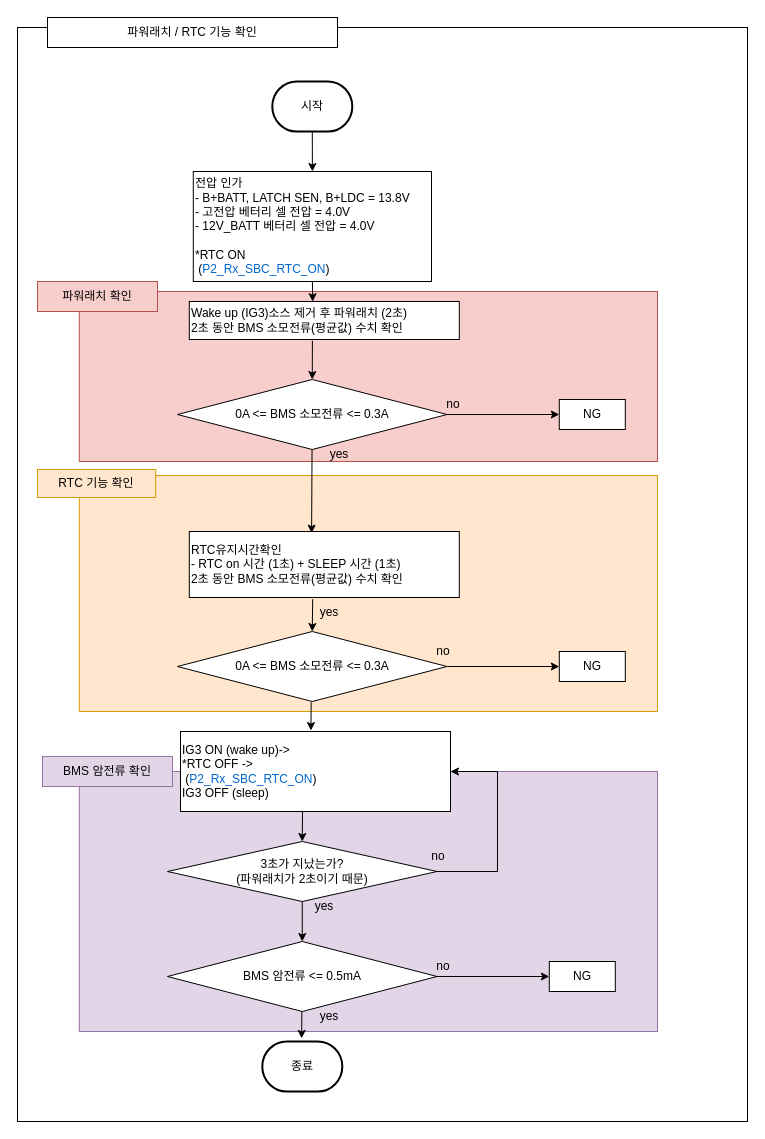
This is 파워래치/rtc 기능 확인 bms 암전류 확인.drawio from chaeyoonl/state-transition-diagram-test, a draw.io file, before an edit. Source tidied: cells renumbered, new cells numbered last; positions are measured from the earlier drawing's top-left corner, leaving out a move shared by most shapes. Both pictures are drawn from the tidied source at 100%, with x=0, y=0 at pixel (17, 17).
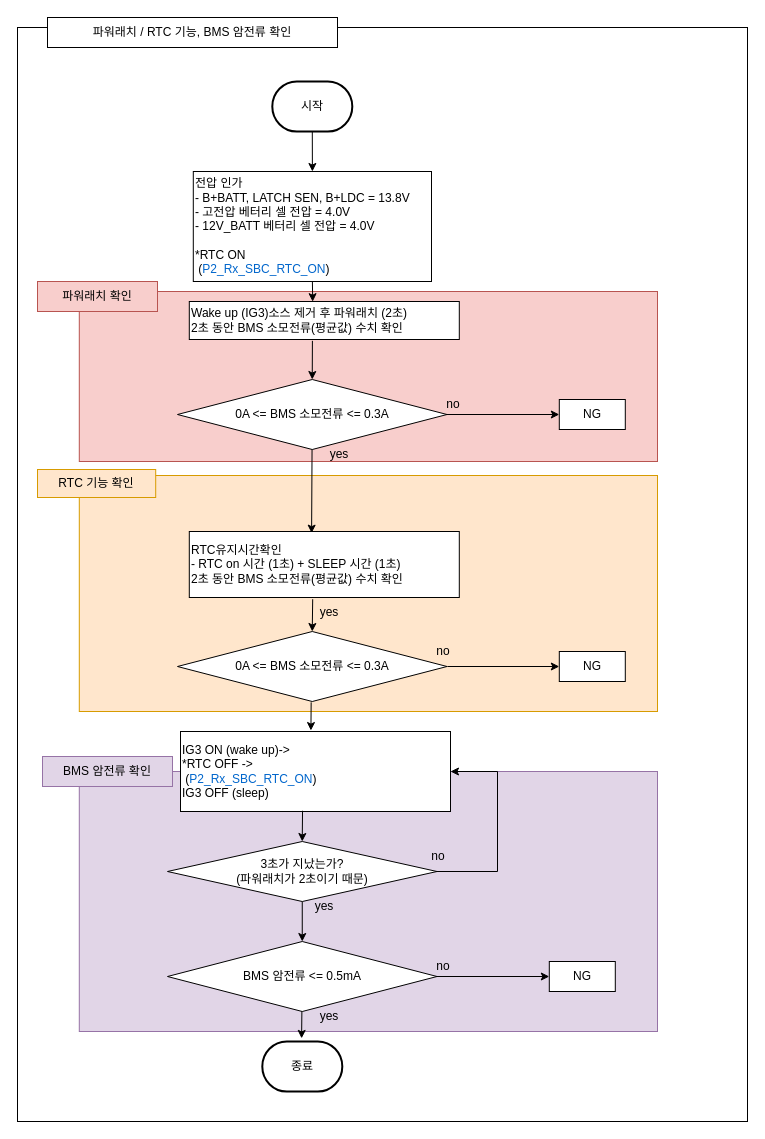
The same page after the edit.

Commit message:
파워래치/rtc 기능 확인 bms 암전류 확인.drawio 업데이트

Change to the diagram source:
```diff
@@
-    <mxCell id="4" value="파워래치 / RTC 기능 확인" style="rounded=0;whiteSpace=wrap;html=1;" parent="1" vertex="1">
+    <mxCell id="4" value="파워래치 / RTC 기능, BMS 암전류 확인" style="rounded=0;whiteSpace=wrap;html=1;" parent="1" vertex="1">
       <mxGeometry x="30" width="290" height="30" as="geometry" />
     </mxCell>
```
